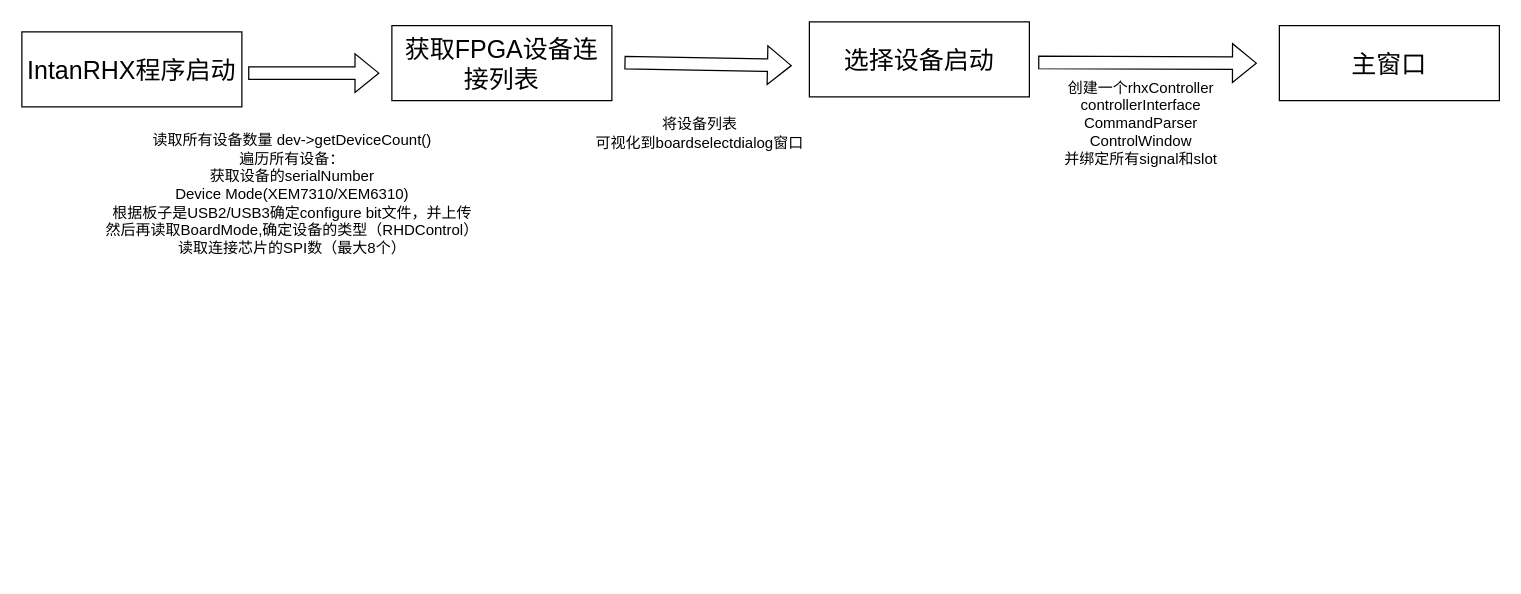
This is 未命名绘图.drawio from yeLccccc/note, a draw.io file, before an edit. Source tidied: cells renumbered, new cells numbered last; positions are measured from the earlier drawing's top-left corner, leaving out a move shared by most shapes. Both pictures are drawn from the tidied source at 125%, with x=0, y=0 at pixel (21, 21).
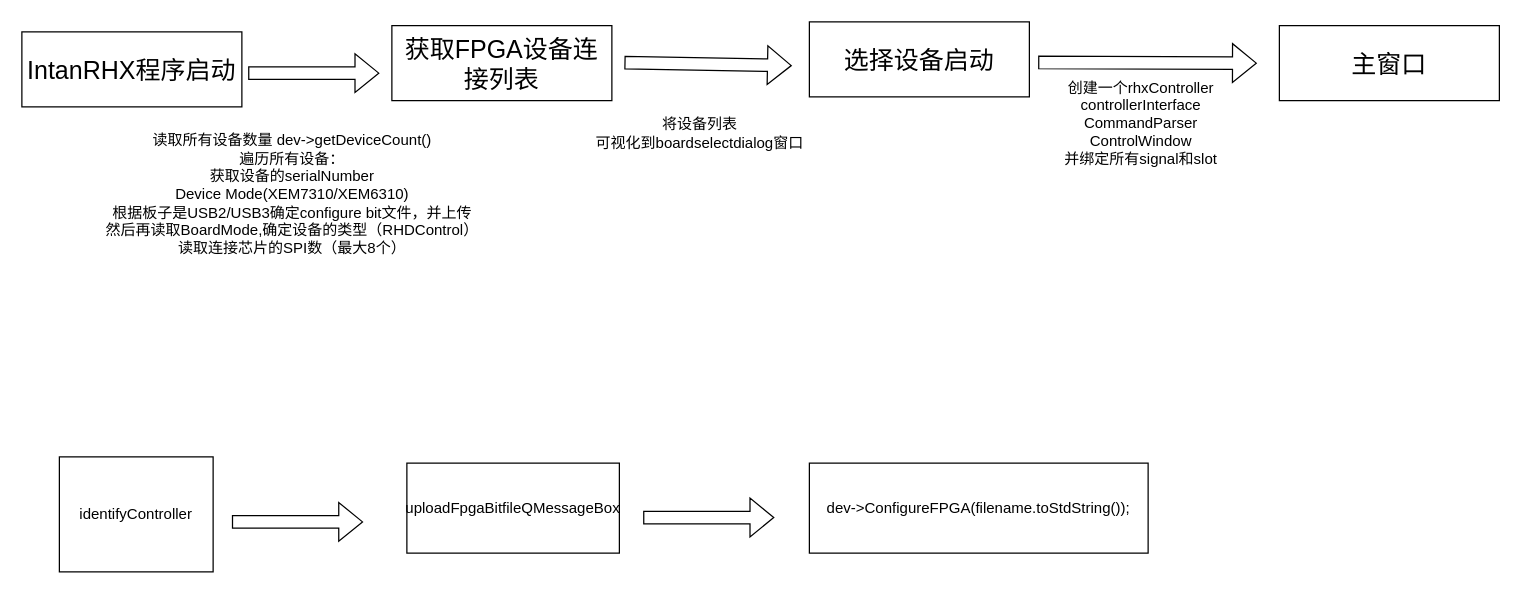
Above is the later version.

Commit message:
更新未命名绘图.drawio

What changed in the source:
```diff
@@
+    <mxCell id="12" value="identifyController" style="rounded=0;whiteSpace=wrap;html=1;" parent="1" vertex="1">
+      <mxGeometry x="30" y="348" width="123" height="92" as="geometry" />
+    </mxCell>
+    <mxCell id="13" style="shape=flexArrow;endArrow=classic;html=1;rounded=0;" parent="1" edge="1">
+      <mxGeometry relative="1" as="geometry">
+        <mxPoint x="168" y="400" as="sourcePoint" />
+        <mxPoint x="273" y="400" as="targetPoint" />
+      </mxGeometry>
+    </mxCell>
+    <mxCell id="14" value="&lt;font face=&quot;宋体&quot;&gt;uploadFpgaBitfileQMessageBox&lt;/font&gt;" style="rounded=0;whiteSpace=wrap;html=1;" parent="1" vertex="1">
+      <mxGeometry x="308" y="353" width="170" height="72" as="geometry" />
+    </mxCell>
+    <mxCell id="15" value="&lt;font face=&quot;宋体&quot;&gt;dev-&amp;gt;ConfigureFPGA(filename.toStdString());&lt;/font&gt;" style="rounded=0;whiteSpace=wrap;html=1;" parent="1" vertex="1">
+      <mxGeometry x="630" y="353" width="271" height="72" as="geometry" />
+    </mxCell>
+    <mxCell id="16" style="shape=flexArrow;endArrow=classic;html=1;rounded=0;" parent="1" edge="1">
+      <mxGeometry relative="1" as="geometry">
+        <mxPoint x="497" y="396.5" as="sourcePoint" />
+        <mxPoint x="602" y="396.5" as="targetPoint" />
+      </mxGeometry>
+    </mxCell>
```
